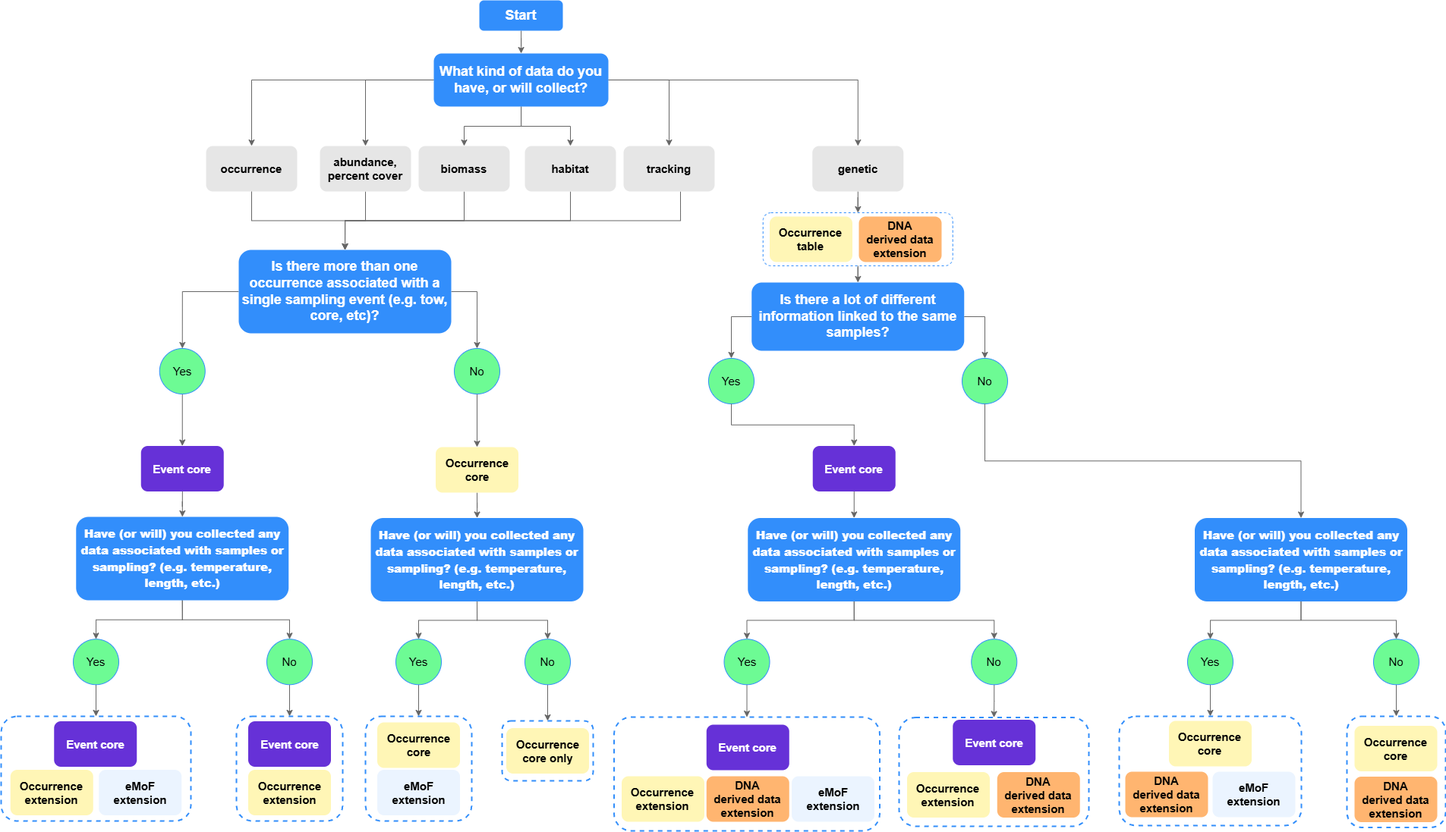
The draw.io diagram images/flowchart-dataStructure-v2.png in iobis/manual, before a commit. Source tidied: cells renumbered, new cells last; positions are measured from the earlier drawing's top-left corner, leaving out a move shared by most shapes.
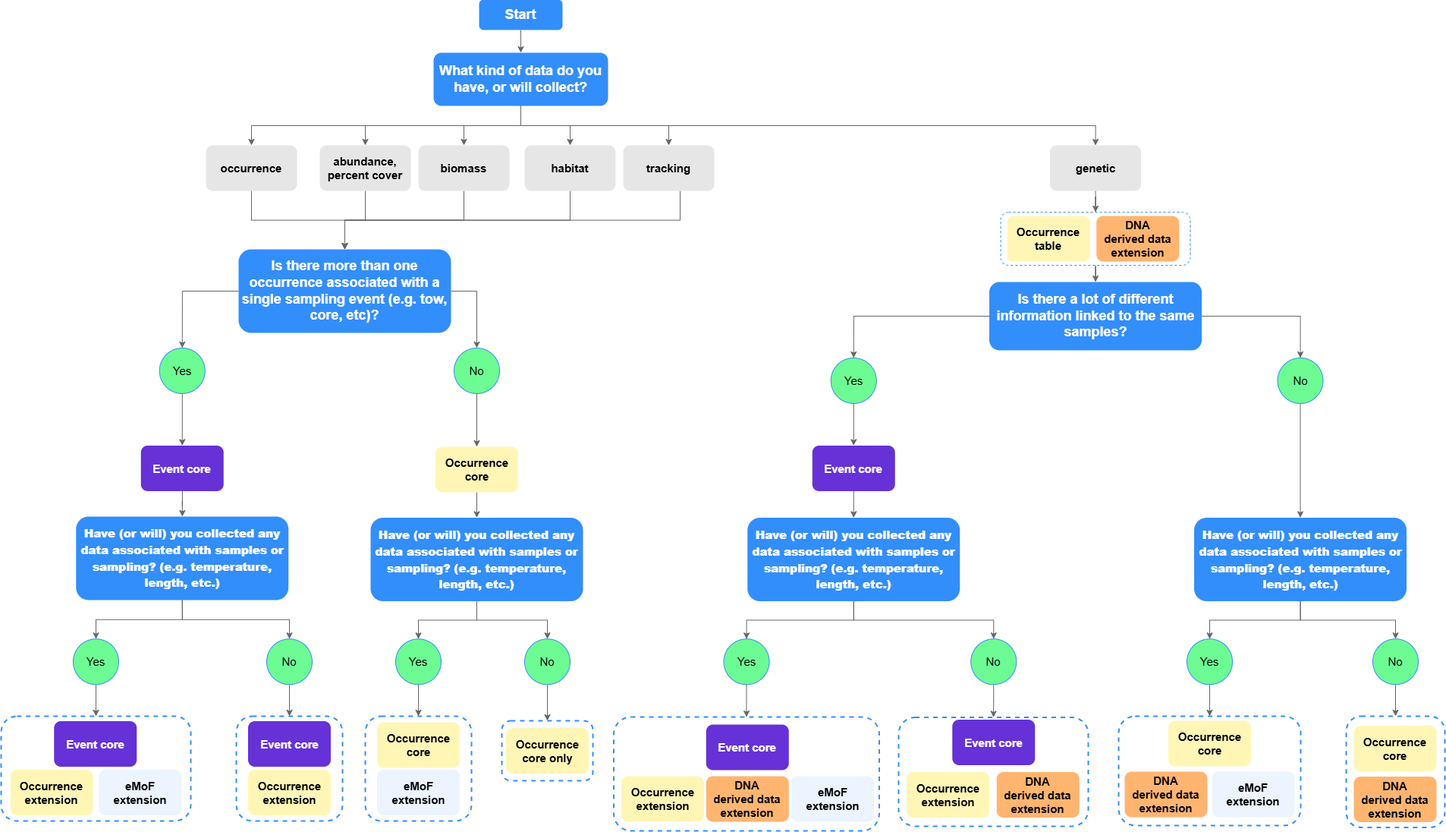
The same file after the commit.

Commit message:
small aesthetic change to data structure flowchart

Diff of the diagram source:
```diff
@@ -2,13 +2,13 @@
   <root>
     <mxCell id="0" />
     <mxCell id="1" parent="0" />
-    <mxCell id="2" style="edgeStyle=orthogonalEdgeStyle;rounded=0;jettySize=auto;html=1;fontSize=15;strokeColor=#666666;align=center;verticalAlign=middle;fontFamily=Helvetica;fontColor=default;labelBackgroundColor=default;endArrow=classic;" parent="1" edge="1" source="8" target="9">
+    <mxCell id="2" style="edgeStyle=orthogonalEdgeStyle;rounded=0;jettySize=auto;html=1;fontSize=15;strokeColor=#666666;align=center;verticalAlign=middle;fontFamily=Helvetica;fontColor=default;labelBackgroundColor=default;endArrow=classic;exitX=0.5;exitY=1;exitDx=0;exitDy=0;" parent="1" edge="1" source="8" target="9">
       <mxGeometry relative="1" as="geometry" />
     </mxCell>
-    <mxCell id="3" style="edgeStyle=orthogonalEdgeStyle;rounded=0;jettySize=auto;html=1;fontSize=15;strokeColor=#666666;align=center;verticalAlign=middle;fontFamily=Helvetica;fontColor=default;labelBackgroundColor=default;endArrow=classic;" parent="1" edge="1" source="8" target="11">
+    <mxCell id="3" style="edgeStyle=orthogonalEdgeStyle;rounded=0;jettySize=auto;html=1;fontSize=15;strokeColor=#666666;align=center;verticalAlign=middle;fontFamily=Helvetica;fontColor=default;labelBackgroundColor=default;endArrow=classic;exitX=0.5;exitY=1;exitDx=0;exitDy=0;" parent="1" edge="1" source="8" target="11">
       <mxGeometry relative="1" as="geometry" />
     </mxCell>
-    <mxCell id="4" style="edgeStyle=orthogonalEdgeStyle;rounded=0;jettySize=auto;html=1;fontSize=15;strokeColor=#666666;align=center;verticalAlign=middle;fontFamily=Helvetica;fontColor=default;labelBackgroundColor=default;endArrow=classic;" parent="1" edge="1" source="8" target="23">
+    <mxCell id="4" style="edgeStyle=orthogonalEdgeStyle;rounded=0;jettySize=auto;html=1;fontSize=15;strokeColor=#666666;align=center;verticalAlign=middle;fontFamily=Helvetica;fontColor=default;labelBackgroundColor=default;endArrow=classic;exitX=0.5;exitY=1;exitDx=0;exitDy=0;" parent="1" edge="1" source="8" target="23">
       <mxGeometry relative="1" as="geometry" />
     </mxCell>
     <mxCell id="5" style="edgeStyle=orthogonalEdgeStyle;rounded=0;jettySize=auto;html=1;fontSize=15;strokeColor=#666666;" parent="1" edge="1" source="8" target="14">
@@ -17,7 +17,7 @@
     <mxCell id="6" style="edgeStyle=orthogonalEdgeStyle;rounded=0;jettySize=auto;html=1;fontSize=15;strokeColor=#666666;" parent="1" edge="1" source="8" target="18">
       <mxGeometry relative="1" as="geometry" />
     </mxCell>
-    <mxCell id="7" style="edgeStyle=orthogonalEdgeStyle;rounded=0;jettySize=auto;html=1;fontSize=15;strokeColor=#666666;align=center;verticalAlign=middle;fontFamily=Helvetica;fontColor=default;labelBackgroundColor=default;endArrow=classic;" parent="1" edge="1" source="8" target="16">
+    <mxCell id="7" style="edgeStyle=orthogonalEdgeStyle;rounded=0;jettySize=auto;html=1;fontSize=15;strokeColor=#666666;align=center;verticalAlign=middle;fontFamily=Helvetica;fontColor=default;labelBackgroundColor=default;endArrow=classic;exitX=0.5;exitY=1;exitDx=0;exitDy=0;" parent="1" edge="1" source="8" target="16">
       <mxGeometry relative="1" as="geometry" />
     </mxCell>
     <mxCell id="8" value="What kind of data do you have, or will collect?" style="rounded=1;whiteSpace=wrap;html=1;shadow=0;fillColor=#328EFB;fontStyle=1;fontSize=18;align=center;verticalAlign=middle;fontFamily=Helvetica;fontColor=#FFFFFF;strokeColor=none;" parent="1" vertex="1">
@@ -30,7 +30,7 @@
       <mxGeometry relative="1" as="geometry" />
     </mxCell>
     <mxCell id="11" value="genetic" style="whiteSpace=wrap;html=1;rounded=1;fillColor=#E6E6E6;fontSize=15;fontStyle=1;strokeColor=none;" parent="1" vertex="1">
-      <mxGeometry x="1068.8" y="192" width="120" height="60" as="geometry" />
+      <mxGeometry x="1382.5" y="192" width="120" height="60" as="geometry" />
     </mxCell>
     <mxCell id="12" style="edgeStyle=orthogonalEdgeStyle;rounded=0;jettySize=auto;html=1;exitX=0.5;exitY=1;exitDx=0;exitDy=0;fontSize=15;strokeColor=#666666;" parent="1" edge="1" source="23" target="21">
       <mxGeometry relative="1" as="geometry" />
@@ -123,7 +123,7 @@
       <mxGeometry relative="1" as="geometry" />
     </mxCell>
     <mxCell id="42" value="Occurrence table" style="whiteSpace=wrap;html=1;rounded=1;fillColor=#FFF6B6;fontSize=15;align=center;verticalAlign=middle;fontFamily=Helvetica;fontColor=default;fontStyle=1;strokeColor=none;" parent="1" vertex="1">
-      <mxGeometry x="1012.5" y="285" width="109" height="60" as="geometry" />
+      <mxGeometry x="1326.2" y="285" width="109" height="60" as="geometry" />
     </mxCell>
     <mxCell id="43" style="edgeStyle=orthogonalEdgeStyle;rounded=0;jettySize=auto;html=1;exitX=0.5;exitY=1;exitDx=0;exitDy=0;strokeColor=#666666;align=center;verticalAlign=middle;fontFamily=Helvetica;fontSize=15;fontColor=default;labelBackgroundColor=default;endArrow=classic;" parent="1" edge="1" source="45" target="47">
       <mxGeometry relative="1" as="geometry" />
@@ -153,7 +153,7 @@
       <mxGeometry x="1783" y="956.5" width="109" height="60" as="geometry" />
     </mxCell>
     <mxCell id="52" value="DNA&lt;br style=&quot;font-size: 15px;&quot;&gt;derived data&lt;br&gt;extension" style="whiteSpace=wrap;html=1;rounded=1;fillColor=#FFB570;fontSize=15;strokeColor=none;fontStyle=1;" parent="1" vertex="1">
-      <mxGeometry x="1130" y="285" width="109" height="60" as="geometry" />
+      <mxGeometry x="1443.8" y="285" width="109" height="60" as="geometry" />
     </mxCell>
     <mxCell id="53" style="edgeStyle=orthogonalEdgeStyle;rounded=0;jettySize=auto;html=1;fontSize=15;strokeColor=#666666;align=center;verticalAlign=middle;fontFamily=Helvetica;fontColor=default;labelBackgroundColor=default;endArrow=classic;" parent="1" edge="1" source="54" target="8">
       <mxGeometry relative="1" as="geometry" />
@@ -216,7 +216,7 @@
       <mxGeometry x="1069.2" y="587.5" width="109" height="60" as="geometry" />
     </mxCell>
     <mxCell id="73" value="&lt;span class=&quot;notion-enable-hover&quot;&gt;&lt;font style=&quot;color: rgb(255, 255, 255);&quot;&gt;Is there a lot of different information linked to the same samples?&lt;/font&gt;&lt;/span&gt;" style="whiteSpace=wrap;html=1;rounded=1;fontStyle=1;fillColor=#328EFB;fontSize=18;align=center;verticalAlign=middle;fontFamily=Helvetica;fontColor=#FFFFFF;strokeColor=none;" parent="1" vertex="1">
-      <mxGeometry x="988.8" y="372" width="280" height="90" as="geometry" />
+      <mxGeometry x="1302.5" y="372" width="280" height="90" as="geometry" />
     </mxCell>
     <mxCell id="74" style="edgeStyle=orthogonalEdgeStyle;rounded=0;jettySize=auto;html=1;fontSize=15;exitX=0;exitY=0.5;exitDx=0;exitDy=0;strokeColor=#666666;align=center;verticalAlign=middle;fontFamily=Helvetica;fontColor=default;labelBackgroundColor=default;endArrow=classic;" parent="1" edge="1" source="73" target="76">
       <mxGeometry relative="1" as="geometry" />
@@ -225,10 +225,10 @@
       <mxGeometry relative="1" as="geometry" />
     </mxCell>
     <mxCell id="76" value="Yes" style="ellipse;whiteSpace=wrap;html=1;fillColor=#6DFB94;fontSize=15;strokeColor=#328EFB;align=center;verticalAlign=middle;fontFamily=Helvetica;fontColor=default;" parent="1" vertex="1">
-      <mxGeometry x="932" y="472" width="60" height="60" as="geometry" />
+      <mxGeometry x="1093.8" y="472" width="60" height="60" as="geometry" />
     </mxCell>
     <mxCell id="77" value="No" style="ellipse;whiteSpace=wrap;html=1;fillColor=#6DFB94;fontSize=15;strokeColor=#328EFB;align=center;verticalAlign=middle;fontFamily=Helvetica;fontColor=default;" parent="1" vertex="1">
-      <mxGeometry x="1266" y="472" width="60" height="60" as="geometry" />
+      <mxGeometry x="1682.5" y="472" width="60" height="60" as="geometry" />
     </mxCell>
     <mxCell id="78" style="edgeStyle=orthogonalEdgeStyle;html=1;exitX=0.5;exitY=1;exitDx=0;exitDy=0;elbow=vertical;rounded=0;entryX=0.5;entryY=0;entryDx=0;entryDy=0;strokeColor=#666666;align=center;verticalAlign=middle;fontFamily=Helvetica;fontSize=15;fontColor=default;labelBackgroundColor=default;endArrow=classic;" parent="1" edge="1" source="77" target="45">
       <mxGeometry relative="1" as="geometry" />
@@ -303,7 +303,7 @@
       <mxGeometry x="1473" y="944" width="240" height="144" as="geometry" />
     </mxCell>
     <mxCell id="102" style="rounded=1;whiteSpace=wrap;html=1;fillColor=none;strokeColor=#328EFB;dashed=1;" parent="1" vertex="1">
-      <mxGeometry x="1003.8" y="280" width="250" height="70" as="geometry" />
+      <mxGeometry x="1317.5" y="280" width="250" height="70" as="geometry" />
     </mxCell>
   </root>
 </mxGraphModel>
```
